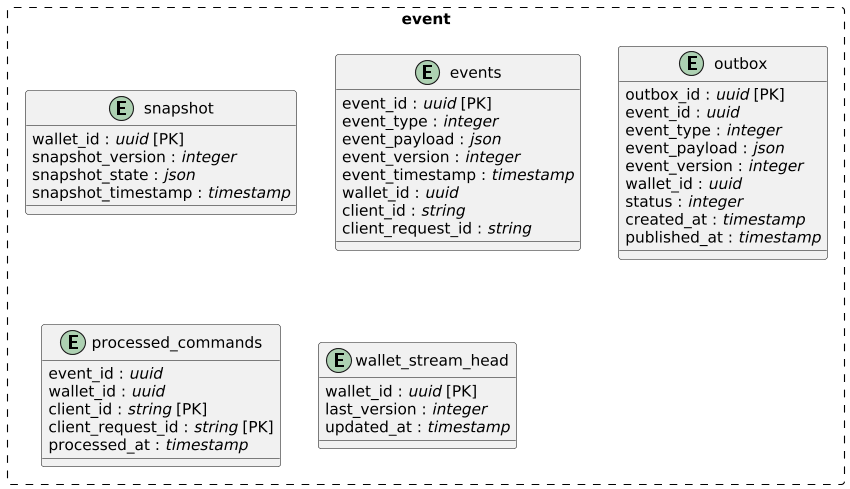
raj-mistry-01/Event-Driven-Ledger keeps this PlantUML diagram as software-docs/entity model/event_db.png. Above is the earlier version.
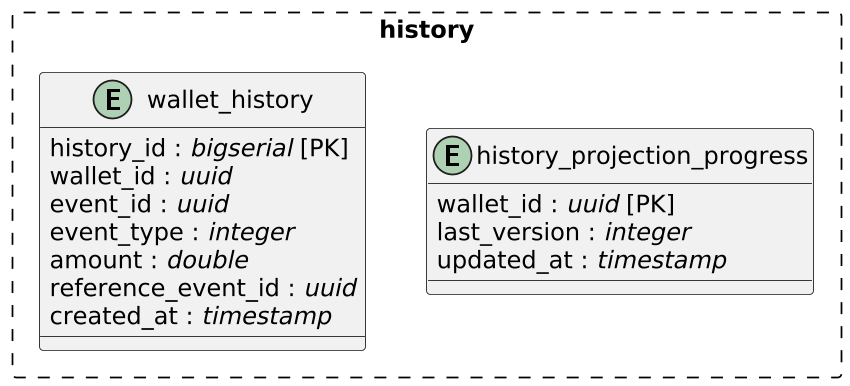
After the change.

Diff of the diagram source:
```diff
@@ -1,49 +1,20 @@
 @startuml
 skinparam linetype ortho
 skinparam packageStyle rectangle
+scale 850*600
 
-
-scale 850*600
-package event #line.dashed{
-entity snapshot {
-  wallet_id : //uuid// [PK]
-  snapshot_version : //integer//
-  snapshot_state : //json//
-  snapshot_timestamp : //timestamp//
+package "history" #line.dashed{
+entity wallet_history {
+  history_id : //bigserial// [PK]
+  wallet_id : //uuid//
+  event_id : //uuid//
+  event_type : //integer//
+  amount : //double//
+  reference_event_id : //uuid//
+  created_at : //timestamp//
 }
 
-entity events {
-  event_id : //uuid// [PK]
-  event_type : //integer//
-  event_payload : //json//
-  event_version : //integer//
-  event_timestamp : //timestamp//
-  wallet_id : //uuid//
-  client_id : //string//
-  client_request_id : //string//
-}
-
-entity outbox {
-  outbox_id : //uuid// [PK]
-  event_id : //uuid//
-  event_type : //integer//
-  event_payload : //json//
-  event_version : //integer//
-  wallet_id : //uuid//
-  status : //integer//
-  created_at : //timestamp//
-  published_at : //timestamp//
-}
-
-entity processed_commands {
-  event_id : //uuid//
-  wallet_id : //uuid//
-  client_id : //string// [PK]
-  client_request_id : //string// [PK]
-  processed_at : //timestamp//
-}
-
-entity wallet_stream_head {
+entity history_projection_progress {
   wallet_id : //uuid// [PK]
   last_version : //integer//
   updated_at : //timestamp//
```
